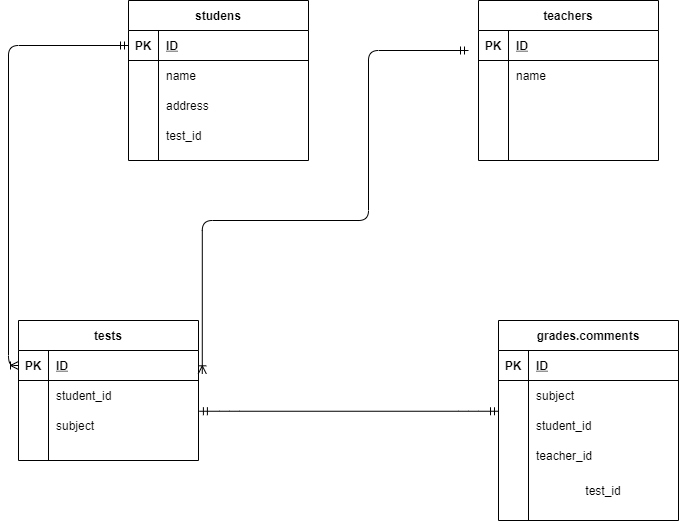
Earlier version of the draw.io export index.drawio.png (Riko-15/DB). Source tidied: cells renumbered, new cells last; positions are measured from the earlier drawing's top-left corner, leaving out a move shared by most shapes.
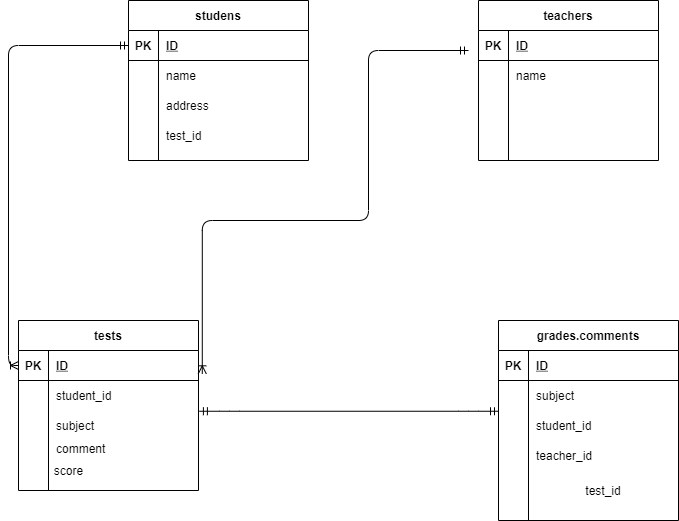
The same diagram one commit later.

What changed in the source:
```diff
@@ -81,7 +81,7 @@
       <mxGeometry x="30" width="150" height="30" as="geometry" />
     </mxCell>
     <mxCell id="28" value="tests" style="shape=table;startSize=30;rowLines=0;fontStyle=1;align=center;" parent="1" vertex="1">
-      <mxGeometry y="320" width="180" height="140" as="geometry" />
+      <mxGeometry y="320" width="180" height="170" as="geometry" />
     </mxCell>
     <mxCell id="29" style="shape=partialRectangle;fillColor=none;top=0;left=0;bottom=1;right=0;points=[[0,0.5],[1,0.5]];portConstraint=eastwest;" parent="28" vertex="1">
       <mxGeometry y="30" width="180" height="30" as="geometry" />
@@ -116,7 +116,7 @@
     <mxCell id="39" style="shape=partialRectangle;fillColor=none;top=0;left=0;bottom=0;right=0;overflow=hidden;" parent="38" vertex="1">
       <mxGeometry width="30" height="20" as="geometry" />
     </mxCell>
-    <mxCell id="40" style="shape=partialRectangle;fillColor=none;top=0;left=0;bottom=0;right=0;align=left;spacingLeft=6;overflow=hidden;" parent="38" vertex="1">
+    <mxCell id="40" value="comment&#10;" style="shape=partialRectangle;fillColor=none;top=0;left=0;bottom=0;right=0;align=left;spacingLeft=6;overflow=hidden;" parent="38" vertex="1">
       <mxGeometry x="30" width="150" height="20" as="geometry" />
     </mxCell>
     <mxCell id="41" value="grades.comments" style="shape=table;startSize=30;rowLines=0;fontStyle=1;align=center;" parent="1" vertex="1">
@@ -183,5 +183,8 @@
     <mxCell id="59" style="edgeStyle=entityRelationEdgeStyle;fontSize=12;html=1;endArrow=ERmandOne;startArrow=ERmandOne;exitX=1.005;exitY=0.025;exitDx=0;exitDy=0;exitPerimeter=0;entryX=0;entryY=0.025;entryDx=0;entryDy=0;entryPerimeter=0;" parent="1" edge="1" source="35" target="48">
       <mxGeometry relative="1" as="geometry" />
     </mxCell>
+    <mxCell id="60" value="score&lt;br&gt;" style="text;html=1;align=center;verticalAlign=middle;" parent="1" vertex="1">
+      <mxGeometry x="30" y="460" width="40" height="20" as="geometry" />
+    </mxCell>
   </root>
 </mxGraphModel>
```
